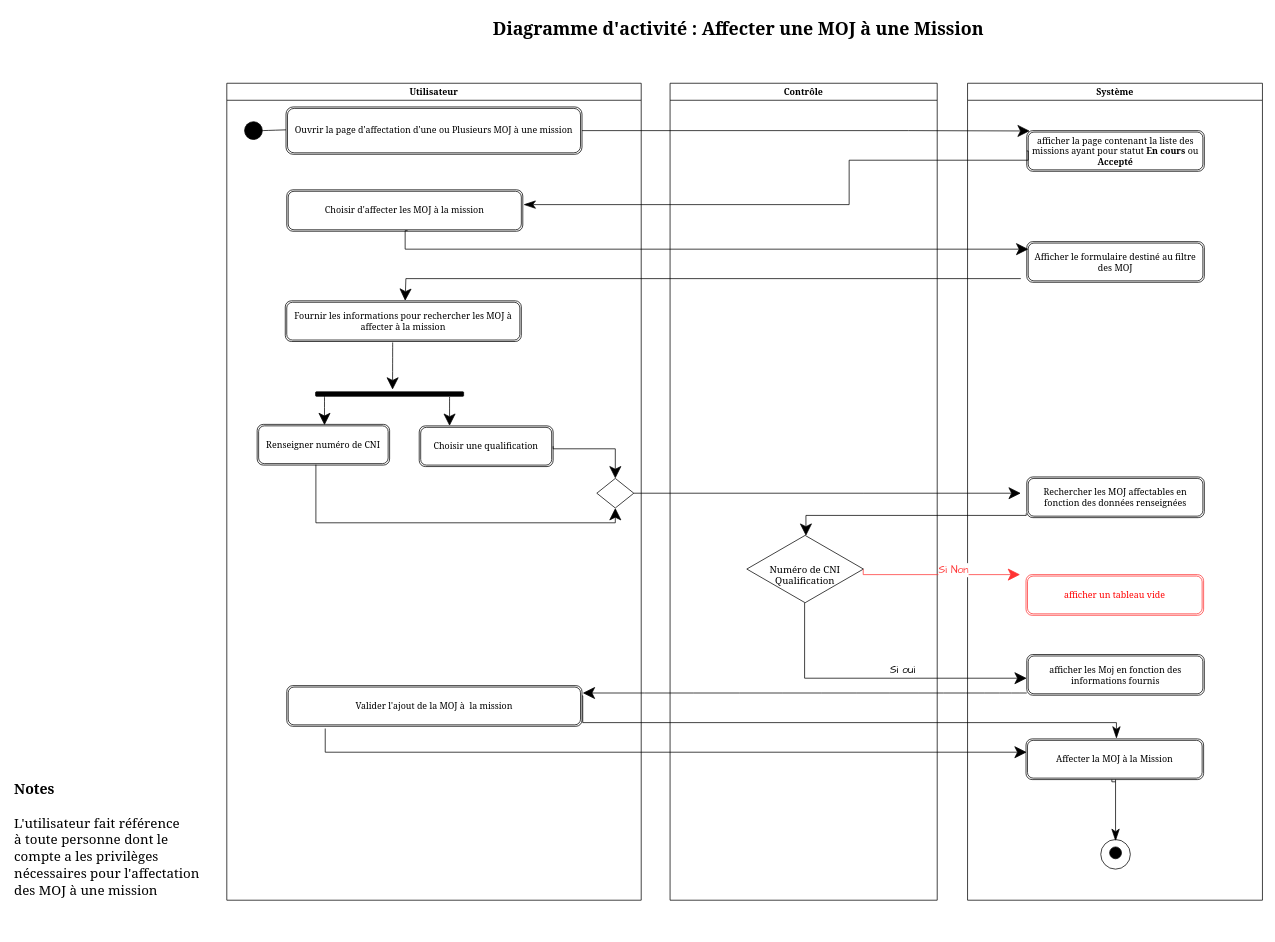
Before: ActivityDiagramAssignsMojMission.drawio in ThuranJunior-AGL/AnalyseGEMOj, a draw.io diagram. Source tidied: cells renumbered, new cells numbered last; positions are measured from the earlier drawing's top-left corner, leaving out a move shared by most shapes. Both pictures are drawn from the tidied source at 74%, with x=0, y=0 at pixel (13, 13).
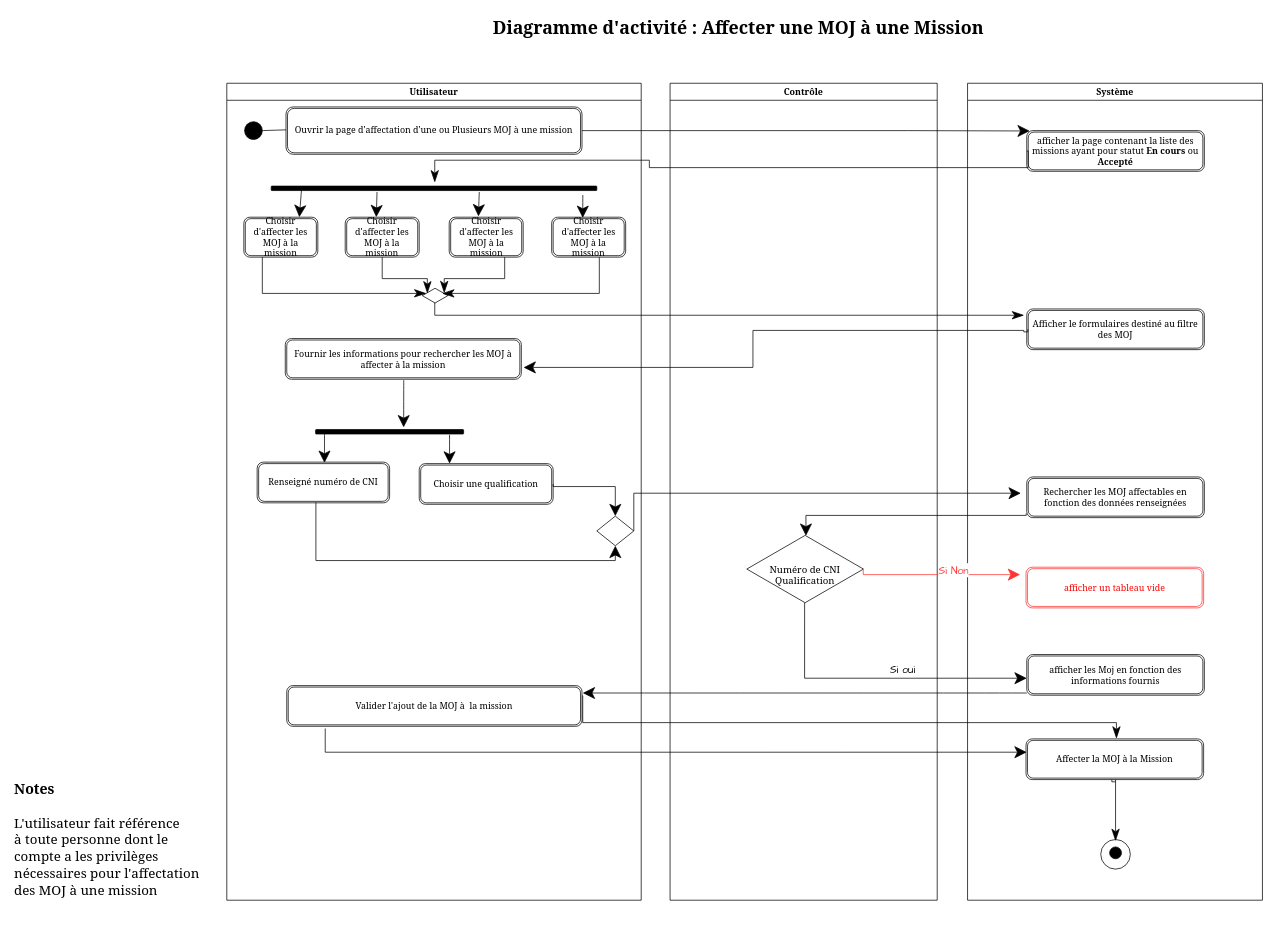
The same diagram, later.

Commit message:
Mettre à jour ActivityDiagramAssignsMojMission.drawio

Unchanged cells that the change refers to:
```xml
<mxCell id="2" value="Utilisateur" style="swimlane;whiteSpace=wrap;html=1;fontFamily=Georgia;" parent="1" vertex="1">
  <mxGeometry x="289" y="94" width="560" height="1104" as="geometry" />
</mxCell>
<mxCell id="17" value="Système" style="swimlane;whiteSpace=wrap;html=1;fontFamily=Georgia;" parent="1" vertex="1">
  <mxGeometry x="1290" y="94" width="398.5" height="1104" as="geometry" />
</mxCell>
<mxCell id="18" value="afficher la page contenant la liste des missions ayant pour statut &lt;b&gt;En cours&lt;/b&gt; ou &lt;b&gt;Accepté&lt;/b&gt;" style="shape=ext;double=1;rounded=1;whiteSpace=wrap;html=1;fontFamily=Georgia;" parent="17" vertex="1">
  <mxGeometry x="80" y="64" width="240" height="55" as="geometry" />
</mxCell>
```

The edit, as a diff of the source:
```diff
@@
     <mxCell id="6" value="Fournir les informations pour rechercher les MOJ à affecter à la mission" style="shape=ext;double=1;rounded=1;whiteSpace=wrap;html=1;fontFamily=Georgia;" parent="2" vertex="1">
-      <mxGeometry x="79" y="294" width="319" height="55" as="geometry" />
+      <mxGeometry x="79" y="345" width="319" height="55" as="geometry" />
     </mxCell>
@@
-    <mxCell id="9" value="Choisir d'affecter les MOJ à la mission" style="shape=ext;double=1;rounded=1;whiteSpace=wrap;html=1;fontFamily=Georgia;" parent="2" vertex="1">
-      <mxGeometry x="81" y="144" width="319" height="56" as="geometry" />
-    </mxCell>
-    <mxCell id="10" style="edgeStyle=none;curved=1;rounded=0;orthogonalLoop=1;jettySize=auto;html=1;exitX=1;exitY=0.75;exitDx=0;exitDy=0;fontFamily=Georgia;fontSize=16;startSize=14;endArrow=classicThin;endSize=14;sourcePerimeterSpacing=8;targetPerimeterSpacing=8;endFill=1;strokeColor=none;" parent="2" edge="1">
-      <mxGeometry relative="1" as="geometry">
-        <mxPoint x="461" y="431.8" as="sourcePoint" />
-        <mxPoint x="294.4" y="323" as="targetPoint" />
-      </mxGeometry>
-    </mxCell>
-    <mxCell id="11" value="Renseigner numéro de CNI" style="shape=ext;double=1;rounded=1;whiteSpace=wrap;html=1;fontFamily=Georgia;" parent="2" vertex="1">
-      <mxGeometry x="41" y="461" width="179" height="55" as="geometry" />
+    <mxCell id="11" value="Renseigné numéro de CNI" style="shape=ext;double=1;rounded=1;whiteSpace=wrap;html=1;fontFamily=Georgia;" parent="2" vertex="1">
+      <mxGeometry x="41" y="512" width="179" height="55" as="geometry" />
     </mxCell>
     <mxCell id="12" value="Choisir une qualification" style="shape=ext;double=1;rounded=1;whiteSpace=wrap;html=1;fontFamily=Georgia;" parent="2" vertex="1">
-      <mxGeometry x="260" y="463" width="181" height="55" as="geometry" />
+      <mxGeometry x="260" y="514" width="181" height="55" as="geometry" />
     </mxCell>
     <mxCell id="13" style="rounded=1;whiteSpace=wrap;html=1;fontFamily=Architects Daughter;fillColor=#000000;" parent="2" vertex="1">
-      <mxGeometry x="120" y="417" width="200" height="6" as="geometry" />
+      <mxGeometry x="120" y="468" width="200" height="6" as="geometry" />
     </mxCell>
     <mxCell id="14" style="endArrow=classic;html=1;rounded=0;fontFamily=Architects Daughter;fontSize=16;startSize=14;endSize=14;sourcePerimeterSpacing=8;targetPerimeterSpacing=8;curved=1;" parent="2" edge="1">
       <mxGeometry relative="1" as="geometry">
-        <mxPoint x="301" y="424" as="sourcePoint" />
-        <mxPoint x="301" y="463" as="targetPoint" />
+        <mxPoint x="301" y="475" as="sourcePoint" />
+        <mxPoint x="301" y="514" as="targetPoint" />
       </mxGeometry>
     </mxCell>
     <mxCell id="15" style="rhombus;whiteSpace=wrap;html=1;fontFamily=Architects Daughter;fillColor=none;rounded=0;" parent="2" vertex="1">
-      <mxGeometry x="500" y="534" width="50" height="40" as="geometry" />
+      <mxGeometry x="500" y="585" width="50" height="40" as="geometry" />
     </mxCell>
     <mxCell id="16" style="endArrow=classic;html=1;rounded=0;fontFamily=Architects Daughter;fontSize=16;startSize=14;endSize=14;sourcePerimeterSpacing=8;targetPerimeterSpacing=8;edgeStyle=orthogonalEdgeStyle;exitX=1;exitY=0.5;exitDx=0;exitDy=0;entryX=0.5;entryY=0;entryDx=0;entryDy=0;" parent="2" edge="1" source="12" target="15">
       <mxGeometry relative="1" as="geometry">
         <Array as="points">
-          <mxPoint x="441" y="494" />
-          <mxPoint x="525" y="494" />
+          <mxPoint x="441" y="545" />
+          <mxPoint x="525" y="545" />
         </Array>
       </mxGeometry>
     </mxCell>
+    <mxCell id="47" value="Choisir d'affecter les MOJ à la mission" style="shape=ext;double=1;rounded=1;whiteSpace=wrap;html=1;fontFamily=Georgia;" parent="2" vertex="1">
+      <mxGeometry x="439" y="181" width="100" height="54" as="geometry" />
+    </mxCell>
+    <mxCell id="48" value="Choisir d'affecter les MOJ à la mission" style="shape=ext;double=1;rounded=1;whiteSpace=wrap;html=1;fontFamily=Georgia;" parent="2" vertex="1">
+      <mxGeometry x="300.5" y="181" width="100" height="54" as="geometry" />
+    </mxCell>
+    <mxCell id="49" value="Choisir d'affecter les MOJ à la mission" style="shape=ext;double=1;rounded=1;whiteSpace=wrap;html=1;fontFamily=Georgia;" parent="2" vertex="1">
+      <mxGeometry x="160" y="181" width="100" height="54" as="geometry" />
+    </mxCell>
+    <mxCell id="50" value="Choisir d'affecter les MOJ à la mission" style="shape=ext;double=1;rounded=1;whiteSpace=wrap;html=1;fontFamily=Georgia;" parent="2" vertex="1">
+      <mxGeometry x="23" y="181" width="100" height="54" as="geometry" />
+    </mxCell>
+    <mxCell id="51" style="rounded=1;whiteSpace=wrap;html=1;fontFamily=Architects Daughter;fillColor=#000000;" parent="2" vertex="1">
+      <mxGeometry x="60" y="139" width="440" height="6" as="geometry" />
+    </mxCell>
+    <mxCell id="52" value="&lt;div style=&quot;font-size: 13px;&quot;&gt;&lt;br&gt;&lt;/div&gt;" style="html=1;whiteSpace=wrap;shape=isoRectangle;fontFamily=Georgia;" parent="2" vertex="1">
+      <mxGeometry x="264.2" y="254" width="34.5" height="66" as="geometry" />
+    </mxCell>
+    <mxCell id="53" style="endArrow=classicThin;html=1;rounded=0;fontFamily=Architects Daughter;fontSize=16;startSize=14;endSize=14;sourcePerimeterSpacing=8;targetPerimeterSpacing=8;exitX=0.75;exitY=1;exitDx=0;exitDy=0;entryX=0.859;entryY=0.448;entryDx=0;entryDy=0;entryPerimeter=0;edgeStyle=orthogonalEdgeStyle;endFill=1;" parent="2" edge="1" source="48" target="52">
+      <mxGeometry relative="1" as="geometry">
+        <Array as="points">
+          <mxPoint x="375" y="264" />
+          <mxPoint x="294" y="264" />
+        </Array>
+      </mxGeometry>
+    </mxCell>
+    <mxCell id="54" style="endArrow=classicThin;html=1;rounded=0;fontFamily=Architects Daughter;fontSize=16;startSize=14;endSize=14;sourcePerimeterSpacing=8;targetPerimeterSpacing=8;exitX=0.644;exitY=1.003;exitDx=0;exitDy=0;exitPerimeter=0;edgeStyle=orthogonalEdgeStyle;endFill=1;" parent="2" edge="1" source="47">
+      <mxGeometry relative="1" as="geometry">
+        <mxPoint x="291" y="284" as="targetPoint" />
+        <Array as="points">
+          <mxPoint x="503" y="284" />
+          <mxPoint x="297" y="284" />
+        </Array>
+      </mxGeometry>
+    </mxCell>
+    <mxCell id="55" style="endArrow=classicThin;html=1;rounded=0;fontFamily=Architects Daughter;fontSize=16;startSize=14;endSize=14;sourcePerimeterSpacing=8;targetPerimeterSpacing=8;exitX=0.25;exitY=1;exitDx=0;exitDy=0;entryX=0.157;entryY=0.455;entryDx=0;entryDy=0;entryPerimeter=0;edgeStyle=orthogonalEdgeStyle;endFill=1;" parent="2" edge="1" source="50" target="52">
+      <mxGeometry relative="1" as="geometry">
+        <Array as="points">
+          <mxPoint x="48" y="284" />
+          <mxPoint x="267" y="284" />
+        </Array>
+      </mxGeometry>
+    </mxCell>
+    <mxCell id="56" style="endArrow=classic;html=1;rounded=0;fontFamily=Architects Daughter;fontSize=16;startSize=14;endSize=14;sourcePerimeterSpacing=8;targetPerimeterSpacing=8;curved=1;exitX=0.093;exitY=0.833;exitDx=0;exitDy=0;exitPerimeter=0;entryX=0.75;entryY=0;entryDx=0;entryDy=0;" parent="2" edge="1" source="51" target="50">
+      <mxGeometry relative="1" as="geometry" />
+    </mxCell>
+    <mxCell id="57" style="endArrow=classic;html=1;rounded=0;fontFamily=Architects Daughter;fontSize=16;startSize=14;endSize=14;sourcePerimeterSpacing=8;targetPerimeterSpacing=8;curved=1;exitX=0.325;exitY=1.333;exitDx=0;exitDy=0;exitPerimeter=0;entryX=0.42;entryY=0;entryDx=0;entryDy=0;entryPerimeter=0;" parent="2" edge="1" source="51" target="49">
+      <mxGeometry relative="1" as="geometry" />
+    </mxCell>
+    <mxCell id="58" style="endArrow=classic;html=1;rounded=0;fontFamily=Architects Daughter;fontSize=16;startSize=14;endSize=14;sourcePerimeterSpacing=8;targetPerimeterSpacing=8;curved=1;exitX=0.639;exitY=1.333;exitDx=0;exitDy=0;exitPerimeter=0;entryX=0.395;entryY=-0.019;entryDx=0;entryDy=0;entryPerimeter=0;" parent="2" edge="1" source="51" target="48">
+      <mxGeometry relative="1" as="geometry" />
+    </mxCell>
+    <mxCell id="59" style="endArrow=classic;html=1;rounded=0;fontFamily=Architects Daughter;fontSize=16;startSize=14;endSize=14;sourcePerimeterSpacing=8;targetPerimeterSpacing=8;curved=1;exitX=0.957;exitY=2;exitDx=0;exitDy=0;exitPerimeter=0;entryX=0.42;entryY=0.019;entryDx=0;entryDy=0;entryPerimeter=0;" parent="2" edge="1" source="51" target="47">
+      <mxGeometry relative="1" as="geometry" />
+    </mxCell>
@@
-    <mxCell id="21" value="Afficher le formulaire destiné au filtre des MOJ" style="shape=ext;double=1;rounded=1;whiteSpace=wrap;html=1;fontFamily=Georgia;" parent="17" vertex="1">
-      <mxGeometry x="80" y="214" width="240" height="55" as="geometry" />
+    <mxCell id="21" value="Afficher le formulaires destiné au filtre des MOJ" style="shape=ext;double=1;rounded=1;whiteSpace=wrap;html=1;fontFamily=Georgia;" parent="17" vertex="1">
+      <mxGeometry x="80" y="305" width="240" height="55" as="geometry" />
     </mxCell>
@@
     <mxCell id="25" value="afficher un tableau vide" style="shape=ext;double=1;rounded=1;whiteSpace=wrap;html=1;fontFamily=Georgia;strokeColor=#FF3333;fontColor=#ff0000;" parent="17" vertex="1">
-      <mxGeometry x="79" y="664" width="240" height="55" as="geometry" />
+      <mxGeometry x="79" y="654" width="240" height="55" as="geometry" />
     </mxCell>
@@
     <mxCell id="29" value="&lt;font style=&quot;&quot; size=&quot;1&quot;&gt;&lt;b style=&quot;font-size: 24px;&quot;&gt;Diagramme d'activité : Affecter une MOJ à une Mission&lt;/b&gt;&lt;/font&gt;" style="text;html=1;align=center;verticalAlign=middle;strokeColor=none;fillColor=none;fontSize=20;fontFamily=Georgia;labelBackgroundColor=default;" parent="1" vertex="1">
-      <mxGeometry x="630" width="700" height="40" as="geometry" />
+      <mxGeometry x="630" y="-1" width="700" height="40" as="geometry" />
     </mxCell>
@@
-    <mxCell id="33" style="endArrow=classic;html=1;rounded=0;fontFamily=Architects Daughter;fontSize=16;startSize=14;endSize=14;sourcePerimeterSpacing=8;targetPerimeterSpacing=8;edgeStyle=orthogonalEdgeStyle;entryX=0.005;entryY=0.182;entryDx=0;entryDy=0;entryPerimeter=0;exitX=0.512;exitY=0.986;exitDx=0;exitDy=0;exitPerimeter=0;" parent="1" edge="1" source="9">
-      <mxGeometry relative="1" as="geometry">
-        <mxPoint x="1372.2" y="318.2" as="targetPoint" />
-        <Array as="points">
-          <mxPoint x="530" y="293" />
-          <mxPoint x="530" y="318" />
-        </Array>
-      </mxGeometry>
-    </mxCell>
     <mxCell id="34" style="edgeStyle=orthogonalEdgeStyle;rounded=0;jettySize=auto;html=1;fontFamily=Architects Daughter;fontSize=16;startSize=14;endArrow=classicThin;endSize=14;sourcePerimeterSpacing=8;targetPerimeterSpacing=8;endFill=1;exitX=0;exitY=0.5;exitDx=0;exitDy=0;" parent="1" edge="1" source="18">
       <mxGeometry relative="1" as="geometry">
-        <mxPoint x="690" y="258" as="targetPoint" />
+        <mxPoint x="570" y="228" as="targetPoint" />
         <Array as="points">
           <mxPoint x="1372" y="185" />
-          <mxPoint x="1372" y="198" />
-          <mxPoint x="1130" y="198" />
-          <mxPoint x="1130" y="258" />
-          <mxPoint x="689" y="258" />
+          <mxPoint x="1372" y="208" />
+          <mxPoint x="860" y="208" />
+          <mxPoint x="860" y="198" />
         </Array>
       </mxGeometry>
     </mxCell>
@@
-    <mxCell id="42" style="endArrow=classic;html=1;rounded=0;fontFamily=Architects Daughter;fontSize=16;startSize=14;endSize=14;sourcePerimeterSpacing=8;targetPerimeterSpacing=8;edgeStyle=orthogonalEdgeStyle;" parent="1" edge="1" source="21">
+    <mxCell id="42" style="endArrow=classic;html=1;rounded=0;fontFamily=Architects Daughter;fontSize=16;startSize=14;endSize=14;sourcePerimeterSpacing=8;targetPerimeterSpacing=8;edgeStyle=orthogonalEdgeStyle;exitX=0.006;exitY=0.5;exitDx=0;exitDy=0;exitPerimeter=0;" parent="1" edge="1" source="21">
       <mxGeometry relative="1" as="geometry">
-        <mxPoint x="530" y="388" as="targetPoint" />
+        <mxPoint x="690" y="478" as="targetPoint" />
         <Array as="points">
-          <mxPoint x="531" y="358" />
-          <mxPoint x="531" y="388" />
+          <mxPoint x="1371" y="430" />
+          <mxPoint x="1366" y="430" />
+          <mxPoint x="1366" y="428" />
+          <mxPoint x="1000" y="428" />
+          <mxPoint x="1000" y="478" />
         </Array>
       </mxGeometry>
     </mxCell>
-    <mxCell id="43" style="endArrow=classic;html=1;rounded=0;fontFamily=Architects Daughter;fontSize=16;startSize=14;endSize=14;sourcePerimeterSpacing=8;targetPerimeterSpacing=8;curved=1;exitX=0.455;exitY=1.023;exitDx=0;exitDy=0;exitPerimeter=0;" parent="1" edge="1" source="6">
+    <mxCell id="43" style="endArrow=classic;html=1;rounded=0;fontFamily=Architects Daughter;fontSize=16;startSize=14;endSize=14;sourcePerimeterSpacing=8;targetPerimeterSpacing=8;curved=1;exitX=0.455;exitY=1.023;exitDx=0;exitDy=0;exitPerimeter=0;" parent="1" edge="1">
       <mxGeometry relative="1" as="geometry">
-        <mxPoint x="513" y="508" as="targetPoint" />
+        <mxPoint x="528.1" y="495.3" as="sourcePoint" />
+        <mxPoint x="528" y="559" as="targetPoint" />
       </mxGeometry>
     </mxCell>
     <mxCell id="44" style="endArrow=classic;html=1;rounded=0;fontFamily=Architects Daughter;fontSize=16;startSize=14;endSize=14;sourcePerimeterSpacing=8;targetPerimeterSpacing=8;curved=1;" parent="1" edge="1">
       <mxGeometry relative="1" as="geometry">
-        <mxPoint x="421" y="517" as="sourcePoint" />
-        <mxPoint x="421" y="556" as="targetPoint" />
+        <mxPoint x="421" y="568" as="sourcePoint" />
+        <mxPoint x="421" y="607" as="targetPoint" />
       </mxGeometry>
     </mxCell>
     <mxCell id="45" style="endArrow=classic;html=1;rounded=0;fontFamily=Architects Daughter;fontSize=16;startSize=14;endSize=14;sourcePerimeterSpacing=8;targetPerimeterSpacing=8;exitX=0.438;exitY=0.97;exitDx=0;exitDy=0;exitPerimeter=0;edgeStyle=orthogonalEdgeStyle;entryX=0.5;entryY=1;entryDx=0;entryDy=0;" parent="1" edge="1" target="15">
       <mxGeometry relative="1" as="geometry">
-        <mxPoint x="409.4" y="609.4" as="sourcePoint" />
+        <mxPoint x="409.4" y="660.4" as="sourcePoint" />
         <Array as="points">
-          <mxPoint x="409" y="688" />
-          <mxPoint x="814" y="688" />
+          <mxPoint x="409" y="739" />
+          <mxPoint x="814" y="739" />
         </Array>
       </mxGeometry>
     </mxCell>
@@
+    <mxCell id="60" style="endArrow=classicThin;html=1;rounded=0;fontFamily=Architects Daughter;fontSize=16;startSize=14;endSize=14;sourcePerimeterSpacing=8;targetPerimeterSpacing=8;exitX=0.5;exitY=1;exitDx=0;exitDy=0;edgeStyle=orthogonalEdgeStyle;endFill=1;" parent="1" edge="1" source="49">
+      <mxGeometry relative="1" as="geometry">
+        <mxPoint x="560" y="378" as="targetPoint" />
+        <Array as="points">
+          <mxPoint x="499" y="358" />
+          <mxPoint x="560" y="358" />
+        </Array>
+      </mxGeometry>
+    </mxCell>
+    <mxCell id="61" style="endArrow=classicThin;html=1;rounded=0;fontFamily=Architects Daughter;fontSize=16;startSize=14;endSize=14;sourcePerimeterSpacing=8;targetPerimeterSpacing=8;exitX=0.488;exitY=0.645;exitDx=0;exitDy=0;exitPerimeter=0;endFill=1;edgeStyle=orthogonalEdgeStyle;entryX=-0.015;entryY=0.155;entryDx=0;entryDy=0;entryPerimeter=0;" parent="1" edge="1" source="52" target="21">
+      <mxGeometry relative="1" as="geometry">
+        <Array as="points">
+          <mxPoint x="570" y="408" />
+        </Array>
+      </mxGeometry>
+    </mxCell>
```
